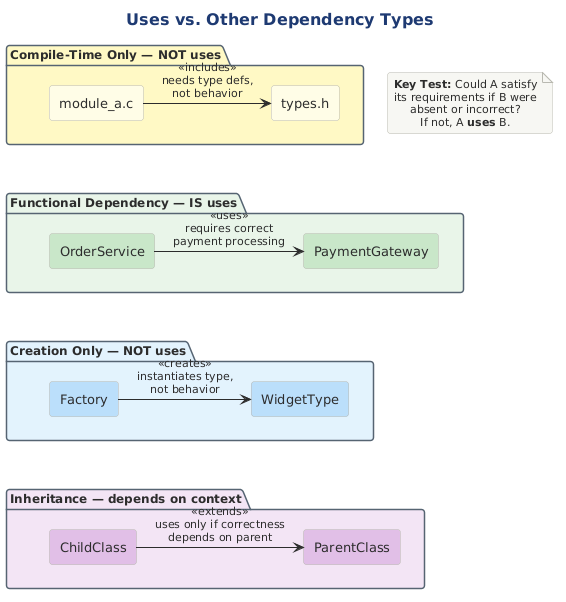
Notoriousjayy/latex-docs keeps this PlantUML diagram as src/architecture/views-and-beyond/style-catalogs/module/uses-style/png/uses-vs-other-dependency-types.png. Above is the earlier version. Its diagram source:
```plantuml
@startuml
skinparam RectangleBorderColor #2C3E50
!include ../../../../../../tooling/styles/plantuml/structural/package-diagram-style.iuml

skinparam RectangleFontSize 13
skinparam PackageBorderColor #566573
skinparam PackageBackgroundColor #FAFAFA

title Uses vs. Other Dependency Types

package "Compile-Time Only — NOT uses" as CT #FFF9C4 {
  rectangle "module_a.c" as A1 #FFFDE7
  rectangle "types.h" as T1 #FFFDE7
  A1 -right-> T1 : <<includes>>\nneeds type defs,\nnot behavior
}

package "Functional Dependency — IS uses" as FD #E8F5E9 {
  rectangle "OrderService" as A2 #C8E6C9
  rectangle "PaymentGateway" as T2 #C8E6C9
  A2 -right-> T2 : <<uses>>\nrequires correct\npayment processing
}

package "Creation Only — NOT uses" as CW #E3F2FD {
  rectangle "Factory" as A3 #BBDEFB
  rectangle "WidgetType" as T3 #BBDEFB
  A3 -right-> T3 : <<creates>>\ninstantiates type,\nnot behavior
}

package "Inheritance — depends on context" as IH #F3E5F5 {
  rectangle "ChildClass" as A4 #E1BEE7
  rectangle "ParentClass" as T4 #E1BEE7
  A4 -right-> T4 : <<extends>>\nuses only if correctness\ndepends on parent
}

CT -[hidden]down- FD
FD -[hidden]down- CW
CW -[hidden]down- IH

note as N1
  **Key Test:** Could A satisfy
  its requirements if B were
  absent or incorrect?
  If not, A **uses** B.
end note
@enduml
```
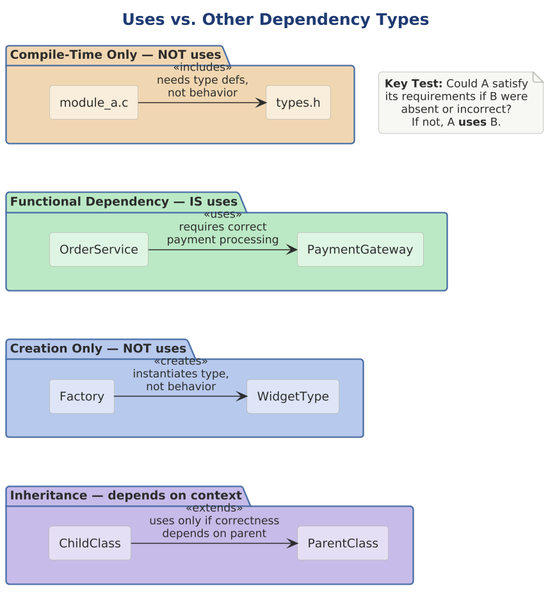
Above is the later version.

Change to the diagram source:
```diff
@@ -1,34 +1,34 @@
 @startuml
-skinparam RectangleBorderColor #2C3E50
+
+skinparam dpi 150
+
+
+
 !include ../../../../../../tooling/styles/plantuml/structural/package-diagram-style.iuml
-
-skinparam RectangleFontSize 13
-skinparam PackageBorderColor #566573
-skinparam PackageBackgroundColor #FAFAFA
 
 title Uses vs. Other Dependency Types
 
-package "Compile-Time Only — NOT uses" as CT #FFF9C4 {
-  rectangle "module_a.c" as A1 #FFFDE7
-  rectangle "types.h" as T1 #FFFDE7
+package "Compile-Time Only — NOT uses" as CT $deep_caution {
+  rectangle "module_a.c" as A1 $fill_caution
+  rectangle "types.h" as T1 $fill_caution
   A1 -right-> T1 : <<includes>>\nneeds type defs,\nnot behavior
 }
 
-package "Functional Dependency — IS uses" as FD #E8F5E9 {
-  rectangle "OrderService" as A2 #C8E6C9
-  rectangle "PaymentGateway" as T2 #C8E6C9
+package "Functional Dependency — IS uses" as FD $deep_ok {
+  rectangle "OrderService" as A2 $fill_ok
+  rectangle "PaymentGateway" as T2 $fill_ok
   A2 -right-> T2 : <<uses>>\nrequires correct\npayment processing
 }
 
-package "Creation Only — NOT uses" as CW #E3F2FD {
-  rectangle "Factory" as A3 #BBDEFB
-  rectangle "WidgetType" as T3 #BBDEFB
+package "Creation Only — NOT uses" as CW $deep_primary {
+  rectangle "Factory" as A3 $fill_primary
+  rectangle "WidgetType" as T3 $fill_primary
   A3 -right-> T3 : <<creates>>\ninstantiates type,\nnot behavior
 }
 
-package "Inheritance — depends on context" as IH #F3E5F5 {
-  rectangle "ChildClass" as A4 #E1BEE7
-  rectangle "ParentClass" as T4 #E1BEE7
+package "Inheritance — depends on context" as IH $deep_alt {
+  rectangle "ChildClass" as A4 $fill_alt
+  rectangle "ParentClass" as T4 $fill_alt
   A4 -right-> T4 : <<extends>>\nuses only if correctness\ndepends on parent
 }
 
```
